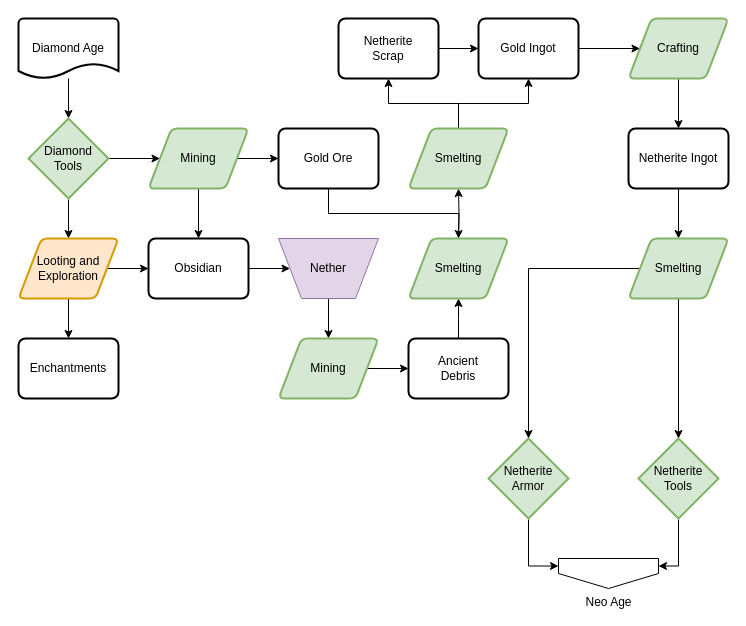
Before: page "Modern Age" (6 of 7) of flowcharts/progression.drawio in MeepishRealms/Cog, a draw.io diagram. Source tidied: cells renumbered, new cells numbered last; positions are measured from the earlier drawing's top-left corner, leaving out a move shared by most shapes. Both pictures are drawn from the tidied source at 100%, with x=0, y=0 at pixel (18, 18).
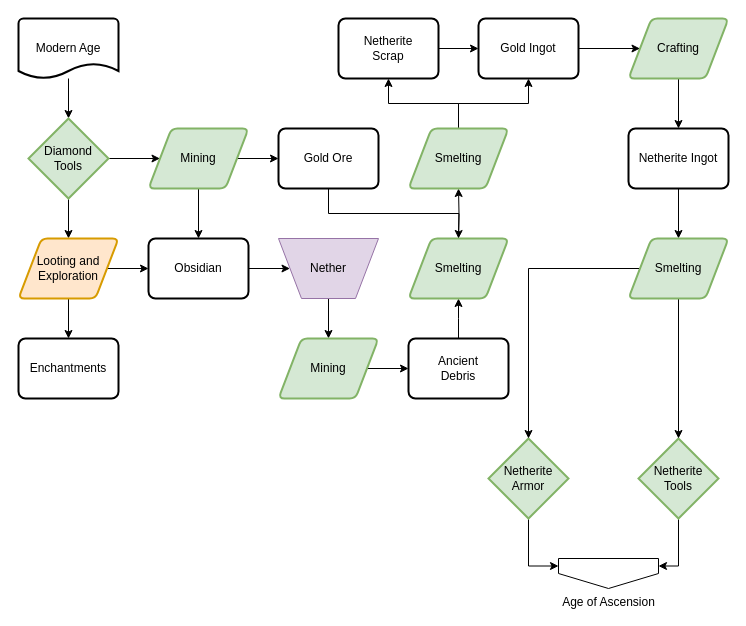
The same page after the edit.

What changed in the source:
```diff
@@
-    <mxCell id="3" value="Diamond Age" style="strokeWidth=2;html=1;shape=mxgraph.flowchart.document2;whiteSpace=wrap;size=0.25;" parent="1" vertex="1">
+    <mxCell id="3" value="Modern Age" style="strokeWidth=2;html=1;shape=mxgraph.flowchart.document2;whiteSpace=wrap;size=0.25;" parent="1" vertex="1">
       <mxGeometry width="100" height="60" as="geometry" />
     </mxCell>
@@
-    <mxCell id="41" value="Neo Age" style="verticalLabelPosition=bottom;verticalAlign=top;html=1;shape=offPageConnector;rounded=0;size=0.5;" parent="1" vertex="1">
+    <mxCell id="41" value="Age of Ascension" style="verticalLabelPosition=bottom;verticalAlign=top;html=1;shape=offPageConnector;rounded=0;size=0.5;" parent="1" vertex="1">
       <mxGeometry x="540" y="540" width="100" height="30" as="geometry" />
     </mxCell>
```
